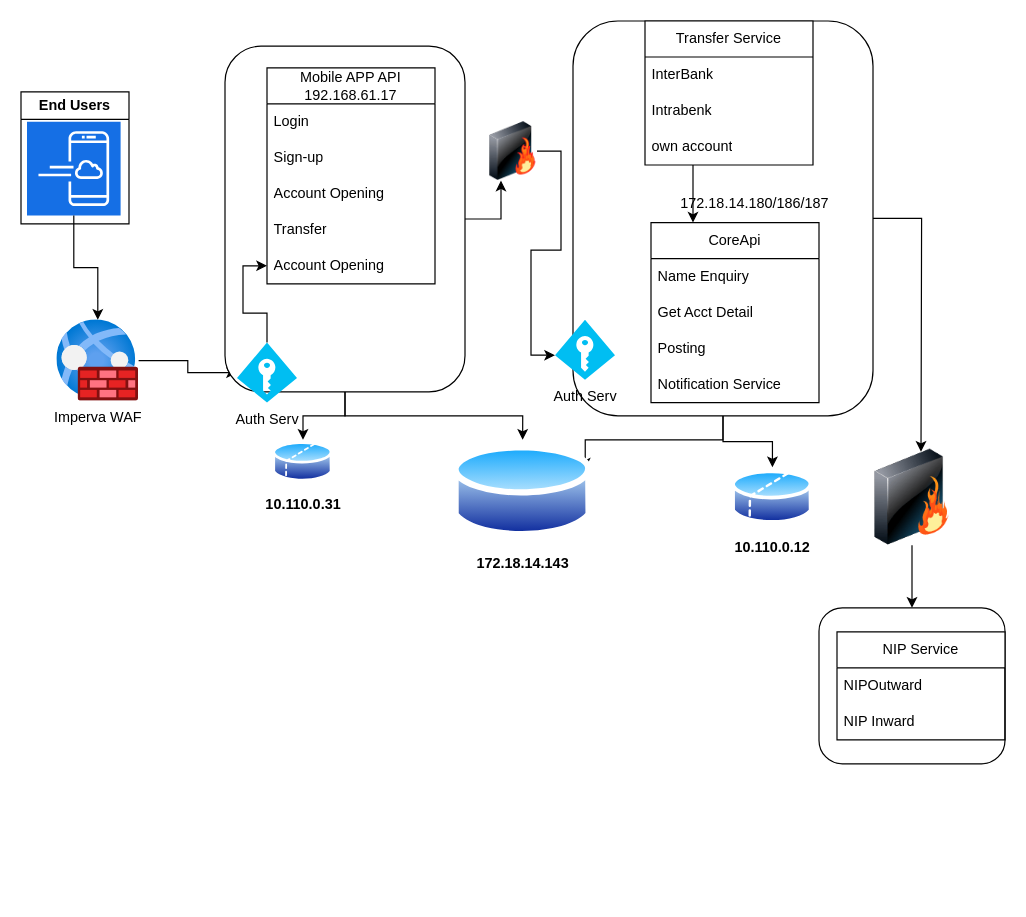
The draw.io diagram RetailApp.drawio in AKINTOG/Digitalskill, before the edit. Source tidied: cells renumbered, new cells numbered last; positions are measured from the earlier drawing's top-left corner, leaving out a move shared by most shapes. Both pictures are drawn from the tidied source at 120%, with x=0, y=0 at pixel (20, 20). Pictures stored in the file or linked from it are replaced by grey dashed boxes.
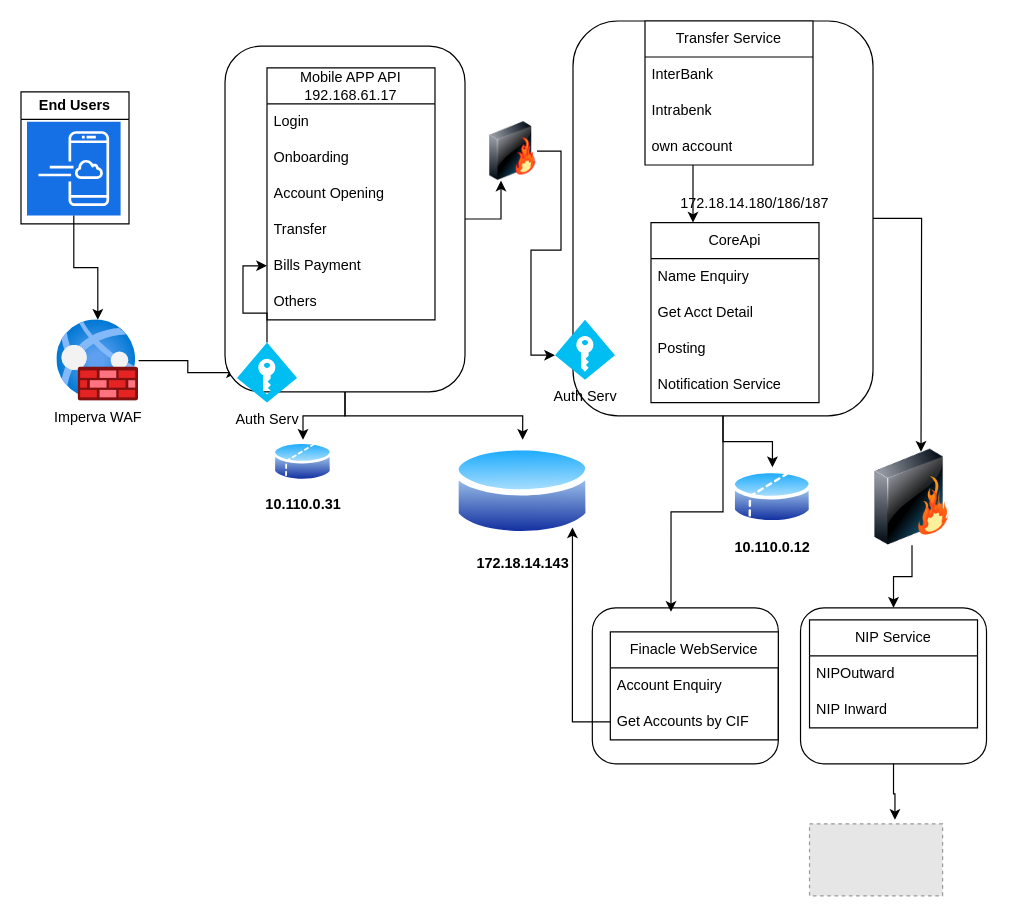
The same diagram, later.

The change refers to these unchanged cells:
```xml
<mxCell id="5" style="rounded=1;whiteSpace=wrap;html=1;" parent="1" vertex="1">
  <mxGeometry x="460" width="250" height="329" as="geometry" />
</mxCell>
<mxCell id="30" value="&lt;b&gt;172.18.14.143&lt;/b&gt;" style="image;perimeter=ellipsePerimeter;html=1;align=center;shadow=0;dashed=0;spacingTop=3;image=img/lib/active_directory/database.svg;" parent="1" vertex="1">
  <mxGeometry x="360" y="349" width="116.1" height="85.9" as="geometry" />
</mxCell>
```

Change to the diagram source:
```diff
@@
-    <mxCell id="2" style="edgeStyle=orthogonalEdgeStyle;rounded=0;jettySize=auto;html=1;entryX=1;entryY=0.25;entryDx=0;entryDy=0;" parent="1" edge="1" source="5" target="30">
-      <mxGeometry relative="1" as="geometry" />
-    </mxCell>
@@
     <mxCell id="21" value="Mobile APP API&lt;div&gt;192.168.61.17&lt;/div&gt;" style="swimlane;fontStyle=0;horizontal=1;startSize=30;whiteSpace=wrap;html=1;" parent="1" vertex="1">
-      <mxGeometry x="205" y="39" width="140" height="180" as="geometry" />
+      <mxGeometry x="205" y="39" width="140" height="210" as="geometry" />
     </mxCell>
@@
-    <mxCell id="23" value="Sign-up" style="text;strokeColor=none;fillColor=none;align=left;verticalAlign=middle;spacingLeft=4;spacingRight=4;overflow=hidden;whiteSpace=wrap;html=1;" parent="21" vertex="1">
+    <mxCell id="23" value="Onboarding" style="text;strokeColor=none;fillColor=none;align=left;verticalAlign=middle;spacingLeft=4;spacingRight=4;overflow=hidden;whiteSpace=wrap;html=1;" parent="21" vertex="1">
       <mxGeometry y="60" width="140" height="30" as="geometry" />
     </mxCell>
@@
-    <mxCell id="26" value="Account Opening" style="text;strokeColor=none;fillColor=none;align=left;verticalAlign=middle;spacingLeft=4;spacingRight=4;overflow=hidden;points=[[0,0.5],[1,0.5]];portConstraint=eastwest;whiteSpace=wrap;html=1;" parent="21" vertex="1">
+    <mxCell id="26" value="Bills Payment" style="text;strokeColor=none;fillColor=none;align=left;verticalAlign=middle;spacingLeft=4;spacingRight=4;overflow=hidden;points=[[0,0.5],[1,0.5]];portConstraint=eastwest;whiteSpace=wrap;html=1;" parent="21" vertex="1">
       <mxGeometry y="150" width="140" height="30" as="geometry" />
     </mxCell>
+    <mxCell id="46" value="Others" style="text;strokeColor=none;fillColor=none;align=left;verticalAlign=middle;spacingLeft=4;spacingRight=4;overflow=hidden;whiteSpace=wrap;html=1;" parent="21" vertex="1">
+      <mxGeometry y="180" width="140" height="30" as="geometry" />
+    </mxCell>
@@
     <mxCell id="39" style="rounded=1;whiteSpace=wrap;html=1;" parent="1" vertex="1">
-      <mxGeometry x="665" y="489" width="155" height="130" as="geometry" />
+      <mxGeometry x="649.6" y="489" width="155" height="130" as="geometry" />
     </mxCell>
     <mxCell id="40" value="NIP Service" style="swimlane;fontStyle=0;horizontal=1;startSize=30;whiteSpace=wrap;html=1;" parent="1" vertex="1">
-      <mxGeometry x="680" y="509" width="140" height="90" as="geometry" />
+      <mxGeometry x="657.1" y="499" width="140" height="90" as="geometry" />
     </mxCell>
@@
+    <mxCell id="47" style="rounded=1;whiteSpace=wrap;html=1;" parent="1" vertex="1">
+      <mxGeometry x="476.1" y="489" width="155" height="130" as="geometry" />
+    </mxCell>
+    <mxCell id="48" value="Finacle WebService" style="swimlane;fontStyle=0;horizontal=1;startSize=30;whiteSpace=wrap;html=1;" parent="1" vertex="1">
+      <mxGeometry x="491.1" y="509" width="140" height="90" as="geometry" />
+    </mxCell>
+    <mxCell id="49" value="Account Enquiry&amp;nbsp;" style="text;strokeColor=none;fillColor=none;align=left;verticalAlign=middle;spacingLeft=4;spacingRight=4;overflow=hidden;whiteSpace=wrap;html=1;" parent="48" vertex="1">
+      <mxGeometry y="30" width="140" height="30" as="geometry" />
+    </mxCell>
+    <mxCell id="50" value="Get Accounts by CIF" style="text;strokeColor=none;fillColor=none;align=left;verticalAlign=middle;spacingLeft=4;spacingRight=4;overflow=hidden;points=[[0,0.5],[1,0.5]];portConstraint=eastwest;whiteSpace=wrap;html=1;" parent="48" vertex="1">
+      <mxGeometry y="60" width="140" height="30" as="geometry" />
+    </mxCell>
+    <mxCell id="51" style="edgeStyle=orthogonalEdgeStyle;rounded=0;jettySize=auto;html=1;entryX=1;entryY=1;entryDx=0;entryDy=0;" parent="1" edge="1" source="50" target="30">
+      <mxGeometry relative="1" as="geometry" />
+    </mxCell>
+    <mxCell id="52" style="edgeStyle=orthogonalEdgeStyle;rounded=0;jettySize=auto;html=1;entryX=0.423;entryY=0.026;entryDx=0;entryDy=0;entryPerimeter=0;" parent="1" edge="1" source="5" target="47">
+      <mxGeometry relative="1" as="geometry" />
+    </mxCell>
+    <mxCell id="53" style="fillColor=#E6E6E6;strokeColor=#999999;dashed=1;verticalLabelPosition=bottom;labelBackgroundColor=default;verticalAlign=top;" parent="1" vertex="1">
+      <mxGeometry x="657.1" y="669" width="110.9" height="60" as="geometry" />
+    </mxCell>
+    <mxCell id="54" style="edgeStyle=orthogonalEdgeStyle;rounded=0;jettySize=auto;html=1;entryX=0.642;entryY=-0.055;entryDx=0;entryDy=0;entryPerimeter=0;" parent="1" edge="1" source="39" target="53">
+      <mxGeometry relative="1" as="geometry" />
+    </mxCell>
```
